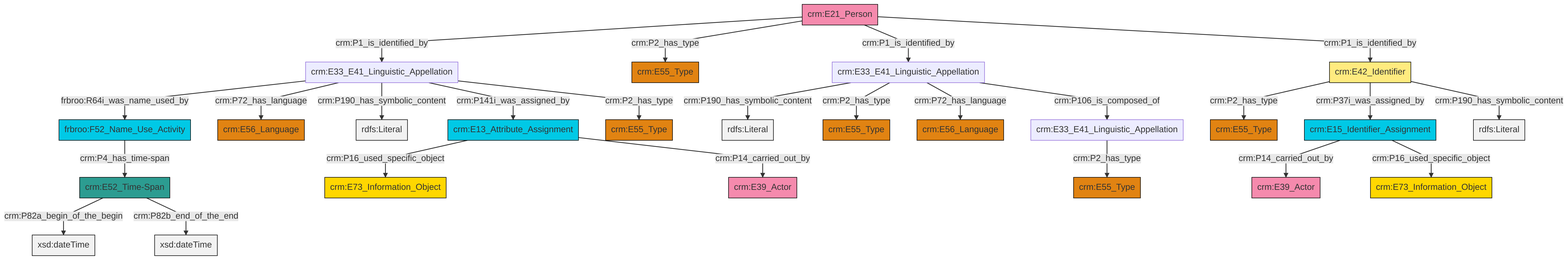
swiss-art-research-net/reference-data-models keeps this Mermaid diagram as et/personCSV/ttl/mmd/png/Person_Names_and_Classification.png. Above is the earlier version. Its source is kept beside it as et/personCSV/ttl/mmd/Person_Names_and_Classification.ttl.mmd.
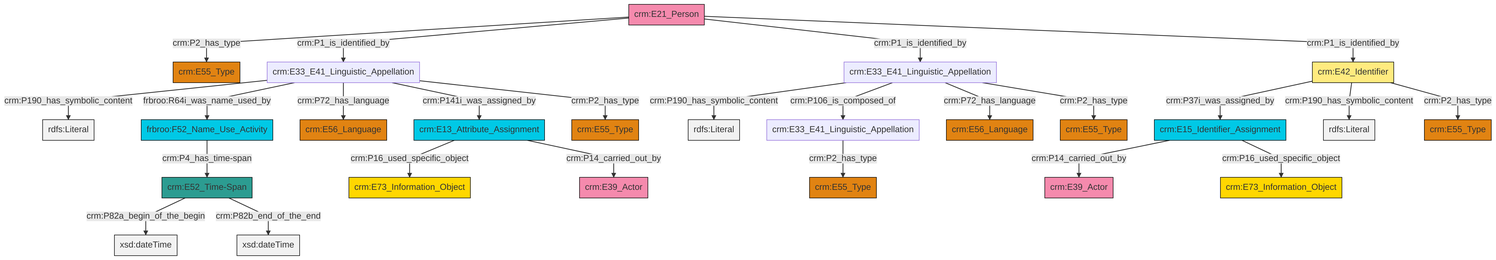
After the commit.

Change to the diagram source:
```diff
@@ -13,27 +13,27 @@
 classDef PC_Classes fill:#4ce600, stroke:#000000;
 classDef Multi fill:#cccccc,stroke:#000000;
 
-4["crm:E21_Person"]:::Actor -->|crm:P1_is_identified_by| 5["crm:E33_E41_Linguistic_Appellation"]:::Default
-6["frbroo:F52_Name_Use_Activity"]:::Temporal_Entity -->|crm:P4_has_time-span| 7["crm:E52_Time-Span"]:::Time-Span
-8["crm:E33_E41_Linguistic_Appellation"]:::Default -->|crm:P190_has_symbolic_content| 9[rdfs:Literal]:::Literal
-5["crm:E33_E41_Linguistic_Appellation"]:::Default -->|frbroo:R64i_was_name_used_by| 6["frbroo:F52_Name_Use_Activity"]:::Temporal_Entity
-5["crm:E33_E41_Linguistic_Appellation"]:::Default -->|crm:P72_has_language| 10["crm:E56_Language"]:::Type
-8["crm:E33_E41_Linguistic_Appellation"]:::Default -->|crm:P2_has_type| 0["crm:E55_Type"]:::Type
-12["crm:E33_E41_Linguistic_Appellation"]:::Default -->|crm:P2_has_type| 13["crm:E55_Type"]:::Type
-8["crm:E33_E41_Linguistic_Appellation"]:::Default -->|crm:P72_has_language| 14["crm:E56_Language"]:::Type
-4["crm:E21_Person"]:::Actor -->|crm:P2_has_type| 16["crm:E55_Type"]:::Type
-18["crm:E15_Identifier_Assignment"]:::Temporal_Entity -->|crm:P14_carried_out_by| 19["crm:E39_Actor"]:::Actor
-7["crm:E52_Time-Span"]:::Time-Span -->|crm:P82a_begin_of_the_begin| 22[xsd:dateTime]:::Literal
-7["crm:E52_Time-Span"]:::Time-Span -->|crm:P82b_end_of_the_end| 23[xsd:dateTime]:::Literal
-26["crm:E42_Identifier"]:::Appellation -->|crm:P2_has_type| 28["crm:E55_Type"]:::Type
-5["crm:E33_E41_Linguistic_Appellation"]:::Default -->|crm:P190_has_symbolic_content| 34[rdfs:Literal]:::Literal
-30["crm:E13_Attribute_Assignment"]:::Temporal_Entity -->|crm:P16_used_specific_object| 2["crm:E73_Information_Object"]:::Conceptual_Object
-5["crm:E33_E41_Linguistic_Appellation"]:::Default -->|crm:P141i_was_assigned_by| 30["crm:E13_Attribute_Assignment"]:::Temporal_Entity
-8["crm:E33_E41_Linguistic_Appellation"]:::Default -->|crm:P106_is_composed_of| 12["crm:E33_E41_Linguistic_Appellation"]:::Default
-5["crm:E33_E41_Linguistic_Appellation"]:::Default -->|crm:P2_has_type| 24["crm:E55_Type"]:::Type
-26["crm:E42_Identifier"]:::Appellation -->|crm:P37i_was_assigned_by| 18["crm:E15_Identifier_Assignment"]:::Temporal_Entity
-4["crm:E21_Person"]:::Actor -->|crm:P1_is_identified_by| 8["crm:E33_E41_Linguistic_Appellation"]:::Default
-26["crm:E42_Identifier"]:::Appellation -->|crm:P190_has_symbolic_content| 46[rdfs:Literal]:::Literal
-18["crm:E15_Identifier_Assignment"]:::Temporal_Entity -->|crm:P16_used_specific_object| 42["crm:E73_Information_Object"]:::Conceptual_Object
-4["crm:E21_Person"]:::Actor -->|crm:P1_is_identified_by| 26["crm:E42_Identifier"]:::Appellation
-30["crm:E13_Attribute_Assignment"]:::Temporal_Entity -->|crm:P14_carried_out_by| 20["crm:E39_Actor"]:::Actor
+0["crm:E52_Time-Span"]:::Time-Span -->|crm:P82a_begin_of_the_begin| 1[xsd:dateTime]:::Literal
+2["crm:E13_Attribute_Assignment"]:::Temporal_Entity -->|crm:P16_used_specific_object| 3["crm:E73_Information_Object"]:::Conceptual_Object
+4["crm:E21_Person"]:::Actor -->|crm:P2_has_type| 5["crm:E55_Type"]:::Type
+6["crm:E15_Identifier_Assignment"]:::Temporal_Entity -->|crm:P14_carried_out_by| 7["crm:E39_Actor"]:::Actor
+9["crm:E33_E41_Linguistic_Appellation"]:::Default -->|crm:P190_has_symbolic_content| 10[rdfs:Literal]:::Literal
+11["crm:E42_Identifier"]:::Appellation -->|crm:P37i_was_assigned_by| 6["crm:E15_Identifier_Assignment"]:::Temporal_Entity
+0["crm:E52_Time-Span"]:::Time-Span -->|crm:P82b_end_of_the_end| 23[xsd:dateTime]:::Literal
+9["crm:E33_E41_Linguistic_Appellation"]:::Default -->|crm:P106_is_composed_of| 12["crm:E33_E41_Linguistic_Appellation"]:::Default
+25["crm:E33_E41_Linguistic_Appellation"]:::Default -->|crm:P190_has_symbolic_content| 26[rdfs:Literal]:::Literal
+9["crm:E33_E41_Linguistic_Appellation"]:::Default -->|crm:P72_has_language| 31["crm:E56_Language"]:::Type
+16["frbroo:F52_Name_Use_Activity"]:::Temporal_Entity -->|crm:P4_has_time-span| 0["crm:E52_Time-Span"]:::Time-Span
+25["crm:E33_E41_Linguistic_Appellation"]:::Default -->|frbroo:R64i_was_name_used_by| 16["frbroo:F52_Name_Use_Activity"]:::Temporal_Entity
+11["crm:E42_Identifier"]:::Appellation -->|crm:P190_has_symbolic_content| 35[rdfs:Literal]:::Literal
+9["crm:E33_E41_Linguistic_Appellation"]:::Default -->|crm:P2_has_type| 36["crm:E55_Type"]:::Type
+25["crm:E33_E41_Linguistic_Appellation"]:::Default -->|crm:P72_has_language| 18["crm:E56_Language"]:::Type
+4["crm:E21_Person"]:::Actor -->|crm:P1_is_identified_by| 25["crm:E33_E41_Linguistic_Appellation"]:::Default
+6["crm:E15_Identifier_Assignment"]:::Temporal_Entity -->|crm:P16_used_specific_object| 21["crm:E73_Information_Object"]:::Conceptual_Object
+2["crm:E13_Attribute_Assignment"]:::Temporal_Entity -->|crm:P14_carried_out_by| 14["crm:E39_Actor"]:::Actor
+25["crm:E33_E41_Linguistic_Appellation"]:::Default -->|crm:P141i_was_assigned_by| 2["crm:E13_Attribute_Assignment"]:::Temporal_Entity
+4["crm:E21_Person"]:::Actor -->|crm:P1_is_identified_by| 9["crm:E33_E41_Linguistic_Appellation"]:::Default
+25["crm:E33_E41_Linguistic_Appellation"]:::Default -->|crm:P2_has_type| 38["crm:E55_Type"]:::Type
+4["crm:E21_Person"]:::Actor -->|crm:P1_is_identified_by| 11["crm:E42_Identifier"]:::Appellation
+11["crm:E42_Identifier"]:::Appellation -->|crm:P2_has_type| 27["crm:E55_Type"]:::Type
+12["crm:E33_E41_Linguistic_Appellation"]:::Default -->|crm:P2_has_type| 32["crm:E55_Type"]:::Type
```
